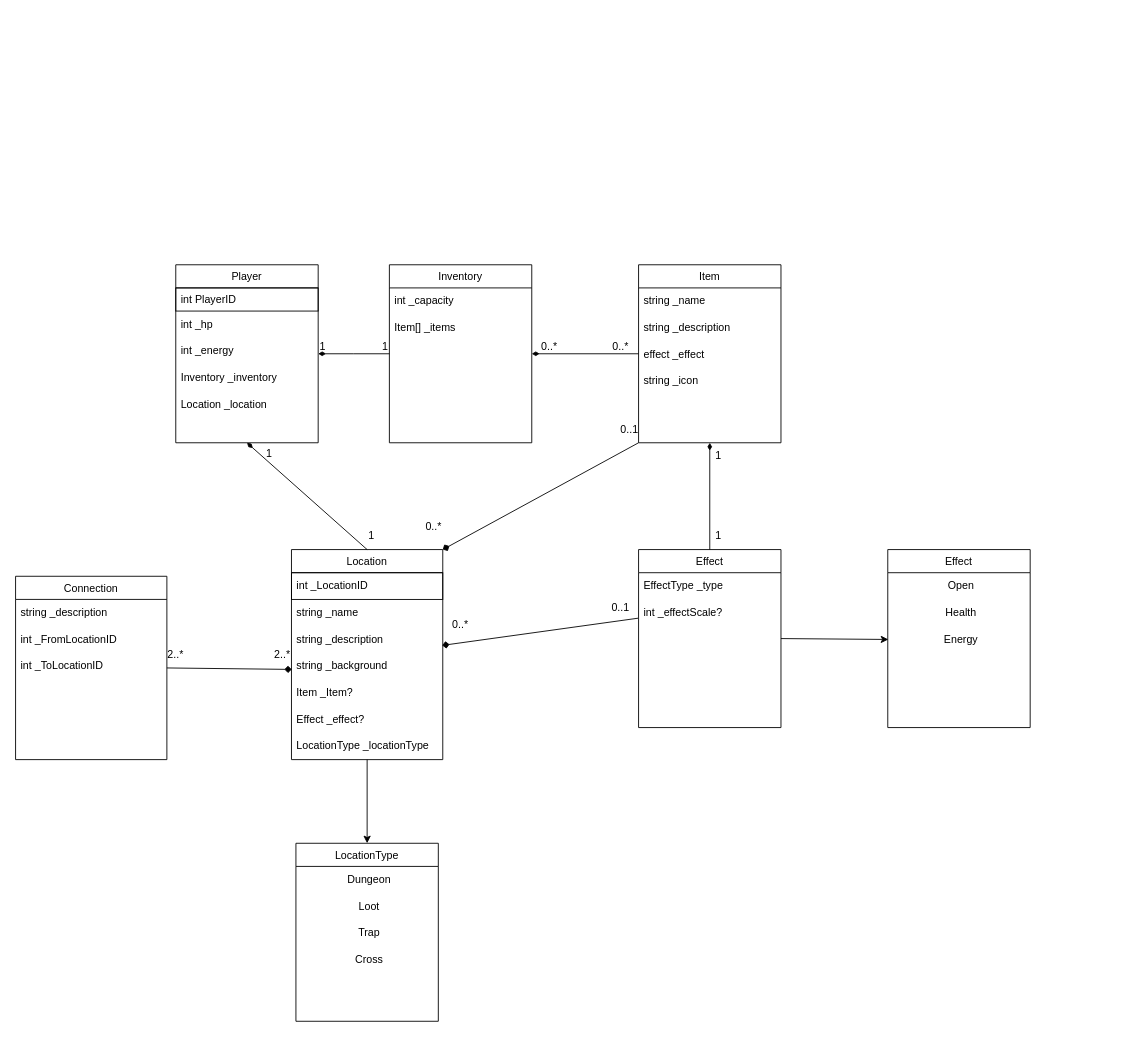
pslib-cz/2023-p3a-web-gamebook-kelbasa-matejka keeps this draw.io diagram as UML/GamebookModels.drawio. Above is the earlier version. Source tidied: cells renumbered, new cells numbered last; positions are measured from the earlier drawing's top-left corner, leaving out a move shared by most shapes. Both pictures are drawn from the tidied source at 89%, with x=0, y=0 at pixel (15, 264).
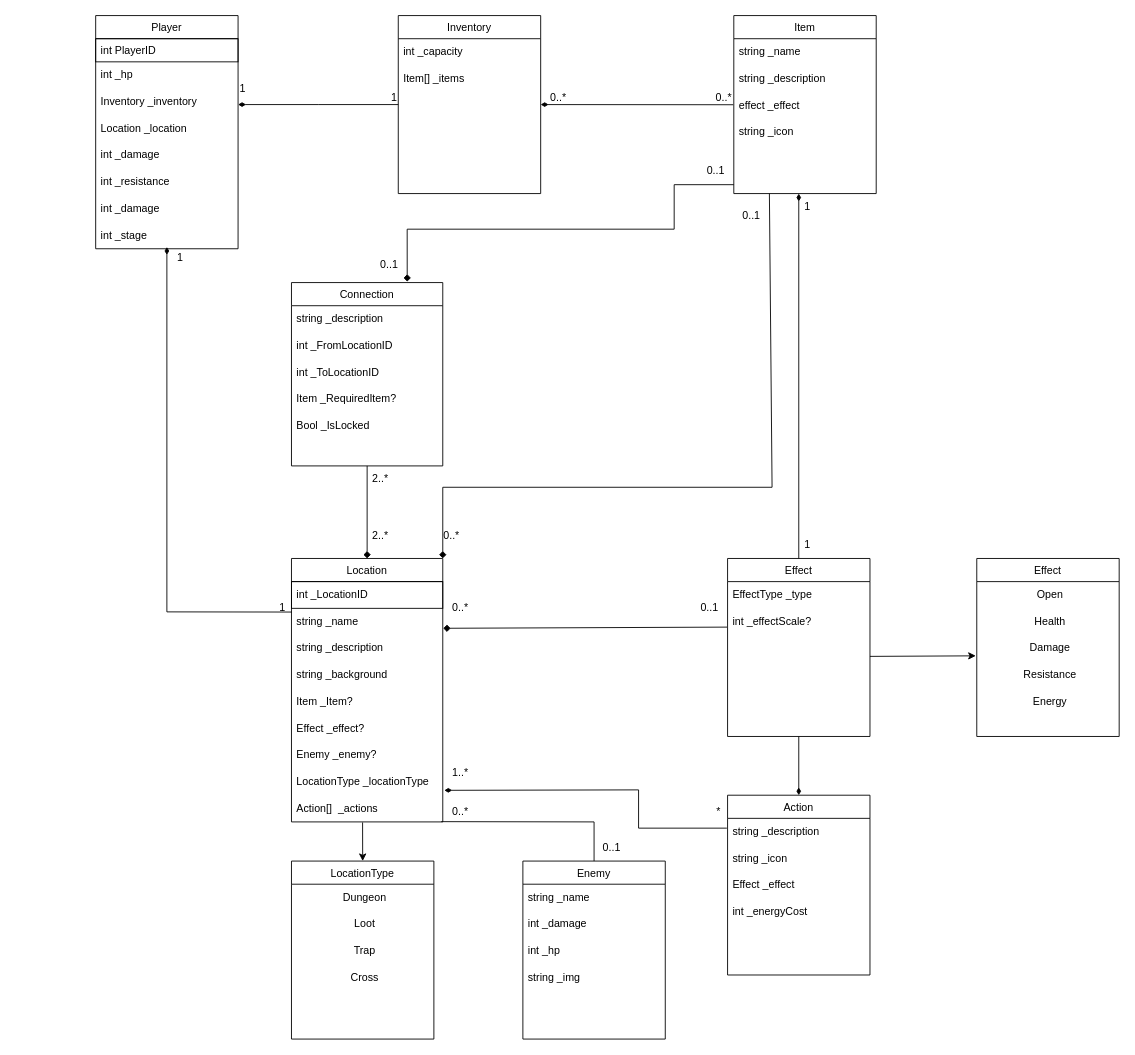
The same diagram, later.

Unchanged cells that the change refers to:
```xml
<mxCell id="11" style="endArrow=none;shadow=0;strokeWidth=1;rounded=0;endFill=0;edgeStyle=elbowEdgeStyle;elbow=vertical;startArrow=diamondThin;startFill=1;" parent="1" edge="1" source="2" target="8">
  <mxGeometry x="0.5" y="41" relative="1" as="geometry">
    <mxPoint x="-40" y="32" as="offset" />
  </mxGeometry>
</mxCell>
<mxCell id="17" value="effect _effect" style="text;html=1;align=left;verticalAlign=middle;points=[];strokeColor=none;fillColor=none;spacingLeft=4;" parent="14" vertex="1">
  <mxGeometry y="86" width="160" height="30" as="geometry" />
</mxCell>
<mxCell id="24" value="int _effectScale?" style="text;html=1;align=left;verticalAlign=middle;points=[];strokeColor=none;fillColor=none;spacingLeft=4;" parent="22" vertex="1">
  <mxGeometry y="56" width="160" height="30" as="geometry" />
</mxCell>
<mxCell id="35" value="string _name" style="text;html=1;align=left;verticalAlign=middle;points=[];strokeColor=none;fillColor=none;spacingLeft=4;" parent="33" vertex="1">
  <mxGeometry y="56" width="170" height="30" as="geometry" />
</mxCell>
<mxCell id="36" value="string _description" style="text;html=1;align=left;verticalAlign=middle;points=[];strokeColor=none;fillColor=none;spacingLeft=4;" parent="33" vertex="1">
  <mxGeometry y="86" width="170" height="30" as="geometry" />
</mxCell>
<mxCell id="37" value="string _background" style="text;html=1;align=left;verticalAlign=middle;points=[];strokeColor=none;fillColor=none;spacingLeft=4;" parent="33" vertex="1">
  <mxGeometry y="116" width="170" height="30" as="geometry" />
</mxCell>
```

Diff of the diagram source:
```diff
@@
     <mxCell id="2" value="Player" style="swimlane;fontStyle=0;align=center;verticalAlign=top;horizontal=1;startSize=26;rounded=0;shadow=0;strokeWidth=1;" parent="1" vertex="1">
-      <mxGeometry x="180" width="160" height="200" as="geometry" />
+      <mxGeometry x="90" y="-280" width="160" height="262" as="geometry" />
     </mxCell>
@@
-    <mxCell id="5" value="int _energy" style="text;html=1;align=left;verticalAlign=middle;strokeColor=none;fillColor=none;spacingLeft=4;" parent="2" vertex="1">
-      <mxGeometry y="82" width="160" height="30" as="geometry" />
-    </mxCell>
     <mxCell id="6" value="Inventory _inventory" style="text;html=1;align=left;verticalAlign=middle;strokeColor=none;fillColor=none;spacingLeft=4;" parent="2" vertex="1">
-      <mxGeometry y="112" width="160" height="30" as="geometry" />
+      <mxGeometry y="82" width="160" height="30" as="geometry" />
     </mxCell>
     <mxCell id="7" value="Location _location" style="text;html=1;align=left;verticalAlign=middle;strokeColor=none;fillColor=none;spacingLeft=4;" parent="2" vertex="1">
-      <mxGeometry y="142" width="160" height="30" as="geometry" />
+      <mxGeometry y="112" width="160" height="30" as="geometry" />
     </mxCell>
+    <mxCell id="63" value="int _damage" style="text;html=1;align=left;verticalAlign=middle;strokeColor=none;fillColor=none;spacingLeft=4;" parent="2" vertex="1">
+      <mxGeometry y="142" width="160" height="30" as="geometry" />
+    </mxCell>
+    <mxCell id="64" value="int _resistance" style="text;html=1;align=left;verticalAlign=middle;strokeColor=none;fillColor=none;spacingLeft=4;" parent="2" vertex="1">
+      <mxGeometry y="172" width="160" height="30" as="geometry" />
+    </mxCell>
+    <mxCell id="65" value="int _damage" style="text;html=1;align=left;verticalAlign=middle;strokeColor=none;fillColor=none;spacingLeft=4;" parent="2" vertex="1">
+      <mxGeometry y="202" width="160" height="30" as="geometry" />
+    </mxCell>
+    <mxCell id="66" value="int _stage" style="text;html=1;align=left;verticalAlign=middle;strokeColor=none;fillColor=none;spacingLeft=4;" parent="2" vertex="1">
+      <mxGeometry y="232" width="160" height="30" as="geometry" />
+    </mxCell>
     <mxCell id="8" value="Inventory" style="swimlane;fontStyle=0;align=center;verticalAlign=top;horizontal=1;startSize=26;rounded=0;shadow=0;strokeWidth=1;" parent="1" vertex="1">
-      <mxGeometry x="420" width="160" height="200" as="geometry" />
+      <mxGeometry x="430" y="-280" width="160" height="200" as="geometry" />
     </mxCell>
@@
     <mxCell id="12" value="1" style="align=left;verticalAlign=bottom;labelBackgroundColor=none;fontSize=12;" parent="11" vertex="1">
-      <mxGeometry x="-1" relative="1" as="geometry" />
+      <mxGeometry x="-1" relative="1" as="geometry">
+        <mxPoint y="-10" as="offset" />
+      </mxGeometry>
     </mxCell>
@@
     <mxCell id="14" value="Item" style="swimlane;fontStyle=0;align=center;verticalAlign=top;horizontal=1;startSize=26;rounded=0;shadow=0;strokeWidth=1;" parent="1" vertex="1">
-      <mxGeometry x="700" width="160" height="200" as="geometry" />
+      <mxGeometry x="807" y="-280" width="160" height="200" as="geometry" />
     </mxCell>
@@
-    <mxCell id="19" style="endArrow=none;html=1;rounded=0;exitX=1;exitY=0.5;exitDx=0;exitDy=0;startArrow=diamondThin;startFill=1;" parent="1" edge="1" source="8">
-      <mxGeometry relative="1" as="geometry">
-        <mxPoint x="700" y="100" as="targetPoint" />
-      </mxGeometry>
+    <mxCell id="19" style="endArrow=none;html=1;rounded=0;exitX=1;exitY=0.5;exitDx=0;exitDy=0;startArrow=diamondThin;startFill=1;entryX=-0.004;entryY=0.473;entryDx=0;entryDy=0;entryPerimeter=0;" parent="1" edge="1" source="8" target="17">
+      <mxGeometry relative="1" as="geometry" />
     </mxCell>
     <mxCell id="20" value="0..*" style="align=right;verticalAlign=bottom;labelBackgroundColor=none;fontSize=12;" parent="1" vertex="1">
-      <mxGeometry x="610" y="100" as="geometry" />
+      <mxGeometry x="620" y="-180" as="geometry" />
     </mxCell>
     <mxCell id="21" value="0..*" style="align=right;verticalAlign=bottom;labelBackgroundColor=none;fontSize=12;" parent="1" vertex="1">
-      <mxGeometry x="690" y="100" as="geometry" />
+      <mxGeometry x="807" y="-180" as="geometry">
+        <mxPoint x="-1" as="offset" />
+      </mxGeometry>
     </mxCell>
     <mxCell id="22" value="Effect" style="swimlane;fontStyle=0;align=center;verticalAlign=top;horizontal=1;startSize=26;rounded=0;shadow=0;strokeWidth=1;" parent="1" vertex="1">
-      <mxGeometry x="700" y="320" width="160" height="200" as="geometry" />
+      <mxGeometry x="800" y="330" width="160" height="200" as="geometry" />
     </mxCell>
@@
-    <mxCell id="25" style="endArrow=diamondThin;html=1;rounded=0;entryX=0.5;entryY=1;entryDx=0;entryDy=0;exitX=0.5;exitY=0;exitDx=0;exitDy=0;endFill=1;" parent="1" edge="1" source="22" target="14">
-      <mxGeometry relative="1" as="geometry" />
+    <mxCell id="25" style="endArrow=diamondThin;html=1;rounded=0;endFill=1;exitX=0.5;exitY=0;exitDx=0;exitDy=0;" parent="1" edge="1" source="22">
+      <mxGeometry relative="1" as="geometry">
+        <mxPoint x="880" y="-80" as="targetPoint" />
+      </mxGeometry>
     </mxCell>
     <mxCell id="26" value="1" style="text;html=1;strokeColor=none;fillColor=none;align=center;verticalAlign=middle;whiteSpace=wrap;rounded=0;" parent="1" vertex="1">
-      <mxGeometry x="780" y="200" width="20" height="30" as="geometry" />
+      <mxGeometry x="880" y="-80" width="20" height="30" as="geometry" />
     </mxCell>
     <mxCell id="27" value="1" style="text;html=1;strokeColor=none;fillColor=none;align=center;verticalAlign=middle;whiteSpace=wrap;rounded=0;" parent="1" vertex="1">
-      <mxGeometry x="780" y="290" width="20" height="30" as="geometry" />
+      <mxGeometry x="880" y="300" width="20" height="30" as="geometry" />
     </mxCell>
     <mxCell id="28" value="Effect" style="swimlane;fontStyle=0;align=center;verticalAlign=top;horizontal=1;startSize=26;rounded=0;shadow=0;strokeWidth=1;" parent="1" vertex="1">
-      <mxGeometry x="980" y="320" width="160" height="200" as="geometry" />
+      <mxGeometry x="1080" y="330" width="160" height="200" as="geometry" />
     </mxCell>
@@
-    <mxCell id="31" value="Energy" style="text;html=1;align=center;verticalAlign=middle;points=[];strokeColor=none;fillColor=none;spacingLeft=4;" parent="28" vertex="1">
+    <mxCell id="31" value="Damage" style="text;html=1;align=center;verticalAlign=middle;points=[];strokeColor=none;fillColor=none;spacingLeft=4;" parent="28" vertex="1">
       <mxGeometry y="86" width="160" height="30" as="geometry" />
     </mxCell>
+    <mxCell id="67" value="Resistance" style="text;html=1;align=center;verticalAlign=middle;strokeColor=none;fillColor=none;spacingLeft=4;" parent="28" vertex="1">
+      <mxGeometry y="116" width="160" height="30" as="geometry" />
+    </mxCell>
+    <mxCell id="68" value="Energy" style="text;html=1;align=center;verticalAlign=middle;strokeColor=none;fillColor=none;spacingLeft=4;" parent="28" vertex="1">
+      <mxGeometry y="146" width="160" height="30" as="geometry" />
+    </mxCell>
-    <mxCell id="32" style="endArrow=classic;html=1;rounded=0;entryX=0.004;entryY=0.5;entryDx=0;entryDy=0;entryPerimeter=0;exitX=1;exitY=0.5;exitDx=0;exitDy=0;" parent="1" edge="1" source="22" target="31">
-      <mxGeometry relative="1" as="geometry" />
+    <mxCell id="32" style="endArrow=classic;html=1;rounded=0;entryX=-0.007;entryY=0.78;entryDx=0;entryDy=0;entryPerimeter=0;" parent="1" edge="1" target="31">
+      <mxGeometry relative="1" as="geometry">
+        <mxPoint x="960" y="440" as="sourcePoint" />
+      </mxGeometry>
     </mxCell>
     <mxCell id="33" value="Location" style="swimlane;fontStyle=0;align=center;verticalAlign=top;horizontal=1;startSize=26;rounded=0;shadow=0;strokeWidth=1;" parent="1" vertex="1">
-      <mxGeometry x="310" y="320" width="170" height="236" as="geometry" />
+      <mxGeometry x="310" y="330" width="170" height="296" as="geometry" />
     </mxCell>
@@
+    <mxCell id="69" value="Enemy _enemy?" style="text;html=1;align=left;verticalAlign=middle;strokeColor=none;fillColor=none;spacingLeft=4;" parent="33" vertex="1">
+      <mxGeometry y="206" width="170" height="30" as="geometry" />
+    </mxCell>
     <mxCell id="40" value="LocationType _locationType" style="text;html=1;align=left;verticalAlign=middle;points=[];strokeColor=none;fillColor=none;spacingLeft=4;" parent="33" vertex="1">
-      <mxGeometry y="206" width="170" height="30" as="geometry" />
+      <mxGeometry y="236" width="170" height="30" as="geometry" />
     </mxCell>
+    <mxCell id="70" value="Action[]&amp;nbsp; _actions" style="text;html=1;align=left;verticalAlign=middle;points=[];strokeColor=none;fillColor=none;spacingLeft=4;" parent="33" vertex="1">
+      <mxGeometry y="266" width="170" height="30" as="geometry" />
+    </mxCell>
-    <mxCell id="41" style="endArrow=none;html=1;rounded=0;entryX=0;entryY=1;entryDx=0;entryDy=0;exitX=1;exitY=0;exitDx=0;exitDy=0;startArrow=diamond;startFill=1;" parent="1" edge="1" source="33" target="14">
-      <mxGeometry relative="1" as="geometry" />
+    <mxCell id="41" style="endArrow=none;html=1;rounded=0;entryX=0.25;entryY=1;entryDx=0;entryDy=0;exitX=1;exitY=0;exitDx=0;exitDy=0;startArrow=diamond;startFill=1;" parent="1" edge="1" source="33" target="14">
+      <mxGeometry relative="1" as="geometry">
+        <Array as="points">
+          <mxPoint x="480" y="250" />
+          <mxPoint x="850" y="250" />
+        </Array>
+      </mxGeometry>
     </mxCell>
-    <mxCell id="42" style="endArrow=none;html=1;rounded=0;exitX=0.996;exitY=0.723;exitDx=0;exitDy=0;entryX=-0.004;entryY=0.704;entryDx=0;entryDy=0;entryPerimeter=0;startArrow=diamond;startFill=1;exitPerimeter=0;" parent="1" edge="1" source="36" target="24">
+    <mxCell id="42" style="endArrow=none;html=1;rounded=0;exitX=1.003;exitY=0.748;exitDx=0;exitDy=0;entryX=-0.004;entryY=0.704;entryDx=0;entryDy=0;entryPerimeter=0;startArrow=diamond;startFill=1;exitPerimeter=0;" parent="1" edge="1" source="35" target="24">
       <mxGeometry relative="1" as="geometry" />
     </mxCell>
     <mxCell id="43" value="0..*" style="text;html=1;strokeColor=none;fillColor=none;align=center;verticalAlign=middle;whiteSpace=wrap;rounded=0;" parent="1" vertex="1">
-      <mxGeometry x="460" y="280" width="20" height="30" as="geometry" />
+      <mxGeometry x="480" y="290" width="20" height="30" as="geometry" />
     </mxCell>
     <mxCell id="44" value="0..1" style="text;html=1;strokeColor=none;fillColor=none;align=center;verticalAlign=middle;whiteSpace=wrap;rounded=0;" parent="1" vertex="1">
-      <mxGeometry x="680" y="170" width="20" height="30" as="geometry" />
+      <mxGeometry x="807" y="-70" width="40" height="30" as="geometry" />
     </mxCell>
     <mxCell id="45" value="0..*" style="text;html=1;strokeColor=none;fillColor=none;align=center;verticalAlign=middle;whiteSpace=wrap;rounded=0;" parent="1" vertex="1">
-      <mxGeometry x="490" y="390" width="20" height="30" as="geometry" />
+      <mxGeometry x="490" y="370" width="20" height="30" as="geometry" />
     </mxCell>
     <mxCell id="46" value="0..1" style="text;html=1;strokeColor=none;fillColor=none;align=center;verticalAlign=middle;whiteSpace=wrap;rounded=0;" parent="1" vertex="1">
-      <mxGeometry x="670" y="370" width="20" height="30" as="geometry" />
+      <mxGeometry x="770" y="370" width="20" height="30" as="geometry" />
     </mxCell>
     <mxCell id="47" value="LocationType" style="swimlane;fontStyle=0;align=center;verticalAlign=top;horizontal=1;startSize=26;rounded=0;shadow=0;strokeWidth=1;" parent="1" vertex="1">
-      <mxGeometry x="315" y="650" width="160" height="200" as="geometry" />
+      <mxGeometry x="310" y="670" width="160" height="200" as="geometry" />
     </mxCell>
@@
-    <mxCell id="52" style="endArrow=classic;html=1;rounded=0;entryX=0.5;entryY=0;entryDx=0;entryDy=0;" parent="1" edge="1" source="40" target="47">
+    <mxCell id="52" style="endArrow=classic;html=1;rounded=0;entryX=0.5;entryY=0;entryDx=0;entryDy=0;exitX=0.47;exitY=1.02;exitDx=0;exitDy=0;exitPerimeter=0;" parent="1" edge="1" source="70" target="47">
       <mxGeometry relative="1" as="geometry" />
     </mxCell>
-    <mxCell id="53" style="endArrow=diamondThin;html=1;rounded=0;entryX=0.5;entryY=1;entryDx=0;entryDy=0;exitX=0.5;exitY=0;exitDx=0;exitDy=0;startArrow=none;startFill=0;endFill=1;" parent="1" edge="1" source="33" target="2">
-      <mxGeometry relative="1" as="geometry" />
+    <mxCell id="53" style="endArrow=diamondThin;html=1;rounded=0;exitX=1.021;exitY=1.072;exitDx=0;exitDy=0;startArrow=none;startFill=0;endFill=1;exitPerimeter=0;" parent="1" edge="1">
+      <mxGeometry relative="1" as="geometry">
+        <mxPoint x="310.4" y="390.2" as="sourcePoint" />
+        <mxPoint x="170" y="-20" as="targetPoint" />
+        <Array as="points">
+          <mxPoint x="170" y="390" />
+        </Array>
+      </mxGeometry>
     </mxCell>
-    <mxCell id="54" value="1" style="align=left;verticalAlign=bottom;labelBackgroundColor=none;fontSize=12;" parent="1" vertex="1">
-      <mxGeometry x="280" y="220" as="geometry" />
-    </mxCell>
     <mxCell id="55" value="1" style="text;html=1;strokeColor=none;fillColor=none;align=center;verticalAlign=middle;whiteSpace=wrap;rounded=0;" parent="1" vertex="1">
-      <mxGeometry x="390" y="290" width="20" height="30" as="geometry" />
+      <mxGeometry x="290" y="370" width="20" height="30" as="geometry" />
     </mxCell>
     <mxCell id="56" value="Connection" style="swimlane;fontStyle=0;align=center;verticalAlign=top;horizontal=1;startSize=26;rounded=0;shadow=0;strokeWidth=1;" parent="1" vertex="1">
-      <mxGeometry y="350" width="170" height="206" as="geometry" />
+      <mxGeometry x="310" y="20" width="170" height="206" as="geometry" />
     </mxCell>
@@
+    <mxCell id="71" value="Item _RequiredItem?" style="text;html=1;align=left;verticalAlign=middle;strokeColor=none;fillColor=none;spacingLeft=4;" parent="56" vertex="1">
+      <mxGeometry y="116" width="170" height="30" as="geometry" />
+    </mxCell>
+    <mxCell id="72" value="Bool _IsLocked" style="text;html=1;align=left;verticalAlign=middle;strokeColor=none;fillColor=none;spacingLeft=4;" parent="56" vertex="1">
+      <mxGeometry y="146" width="170" height="30" as="geometry" />
+    </mxCell>
-    <mxCell id="60" style="endArrow=diamond;html=1;rounded=0;exitX=1;exitY=0.5;exitDx=0;exitDy=0;entryX=0.002;entryY=0.622;entryDx=0;entryDy=0;entryPerimeter=0;endFill=1;" parent="1" edge="1" source="56" target="37">
+    <mxCell id="60" style="endArrow=diamond;html=1;rounded=0;exitX=0.5;exitY=1;exitDx=0;exitDy=0;entryX=0.5;entryY=0;entryDx=0;entryDy=0;endFill=1;" parent="1" edge="1" source="56" target="33">
       <mxGeometry relative="1" as="geometry" />
     </mxCell>
     <mxCell id="61" value="2..*" style="text;html=1;strokeColor=none;fillColor=none;align=center;verticalAlign=middle;whiteSpace=wrap;rounded=0;" parent="1" vertex="1">
-      <mxGeometry x="290" y="423" width="20" height="30" as="geometry" />
+      <mxGeometry x="400" y="290" width="20" height="30" as="geometry" />
     </mxCell>
     <mxCell id="62" value="2..*" style="text;html=1;strokeColor=none;fillColor=none;align=center;verticalAlign=middle;whiteSpace=wrap;rounded=0;" parent="1" vertex="1">
-      <mxGeometry x="170" y="423" width="20" height="30" as="geometry" />
+      <mxGeometry x="400" y="226" width="20" height="30" as="geometry" />
     </mxCell>
+    <mxCell id="73" value="Enemy" style="swimlane;fontStyle=0;align=center;verticalAlign=top;horizontal=1;startSize=26;rounded=0;shadow=0;strokeWidth=1;" parent="1" vertex="1">
+      <mxGeometry x="570" y="670" width="160" height="200" as="geometry" />
+    </mxCell>
+    <mxCell id="74" value="string _name" style="text;html=1;align=left;verticalAlign=middle;strokeColor=none;fillColor=none;spacingLeft=4;" parent="73" vertex="1">
+      <mxGeometry y="26" width="160" height="30" as="geometry" />
+    </mxCell>
+    <mxCell id="75" value="int _damage" style="text;html=1;align=left;verticalAlign=middle;strokeColor=none;fillColor=none;spacingLeft=4;" parent="73" vertex="1">
+      <mxGeometry y="56" width="160" height="30" as="geometry" />
+    </mxCell>
+    <mxCell id="76" value="int _hp" style="text;html=1;align=left;verticalAlign=middle;strokeColor=none;fillColor=none;spacingLeft=4;" parent="73" vertex="1">
+      <mxGeometry y="86" width="160" height="30" as="geometry" />
+    </mxCell>
+    <mxCell id="77" value="string _img" style="text;html=1;align=left;verticalAlign=middle;strokeColor=none;fillColor=none;spacingLeft=4;" parent="73" vertex="1">
+      <mxGeometry y="116" width="160" height="30" as="geometry" />
+    </mxCell>
+    <mxCell id="78" style="endArrow=none;html=1;rounded=0;entryX=0.5;entryY=0;entryDx=0;entryDy=0;exitX=0.99;exitY=0.99;exitDx=0;exitDy=0;exitPerimeter=0;" parent="1" edge="1" source="70" target="73">
+      <mxGeometry relative="1" as="geometry">
+        <Array as="points">
+          <mxPoint x="650" y="626" />
+        </Array>
+      </mxGeometry>
+    </mxCell>
+    <mxCell id="79" value="1..*" style="text;html=1;strokeColor=none;fillColor=none;align=center;verticalAlign=middle;whiteSpace=wrap;rounded=0;" parent="1" vertex="1">
+      <mxGeometry x="490" y="556" width="20" height="30" as="geometry" />
+    </mxCell>
+    <mxCell id="80" value="0..1" style="text;html=1;strokeColor=none;fillColor=none;align=center;verticalAlign=middle;whiteSpace=wrap;rounded=0;" parent="1" vertex="1">
+      <mxGeometry x="660" y="640" width="20" height="30" as="geometry" />
+    </mxCell>
+    <mxCell id="81" style="endArrow=none;html=1;rounded=0;exitX=0.765;exitY=-0.005;exitDx=0;exitDy=0;startArrow=diamond;startFill=1;entryX=1;entryY=1;entryDx=0;entryDy=0;exitPerimeter=0;" parent="1" edge="1" source="56" target="92">
+      <mxGeometry relative="1" as="geometry">
+        <Array as="points">
+          <mxPoint x="440" y="-40" />
+          <mxPoint x="740" y="-40" />
+          <mxPoint x="740" y="-90" />
+        </Array>
+      </mxGeometry>
+    </mxCell>
+    <mxCell id="82" value="0..1" style="text;html=1;strokeColor=none;fillColor=none;align=center;verticalAlign=middle;whiteSpace=wrap;rounded=0;" parent="1" vertex="1">
+      <mxGeometry x="410" y="-15" width="20" height="30" as="geometry" />
+    </mxCell>
+    <mxCell id="83" value="Action" style="swimlane;fontStyle=0;align=center;verticalAlign=top;horizontal=1;startSize=26;rounded=0;shadow=0;strokeWidth=1;" parent="1" vertex="1">
+      <mxGeometry x="800" y="596" width="160" height="202" as="geometry" />
+    </mxCell>
+    <mxCell id="84" value="string _description" style="text;html=1;align=left;verticalAlign=middle;points=[];strokeColor=none;fillColor=none;spacingLeft=4;" parent="83" vertex="1">
+      <mxGeometry y="26" width="160" height="30" as="geometry" />
+    </mxCell>
+    <mxCell id="85" value="string _icon" style="text;html=1;align=left;verticalAlign=middle;strokeColor=none;fillColor=none;spacingLeft=4;" parent="83" vertex="1">
+      <mxGeometry y="56" width="160" height="30" as="geometry" />
+    </mxCell>
+    <mxCell id="86" value="Effect _effect" style="text;html=1;align=left;verticalAlign=middle;strokeColor=none;fillColor=none;spacingLeft=4;" parent="83" vertex="1">
+      <mxGeometry y="86" width="160" height="30" as="geometry" />
+    </mxCell>
+    <mxCell id="87" value="int _energyCost" style="text;html=1;align=left;verticalAlign=middle;strokeColor=none;fillColor=none;spacingLeft=4;" parent="83" vertex="1">
+      <mxGeometry y="116" width="160" height="30" as="geometry" />
+    </mxCell>
+    <mxCell id="54" value="1" style="align=left;verticalAlign=bottom;labelBackgroundColor=none;fontSize=12;" parent="1" vertex="1">
+      <mxGeometry x="180" width="160" as="geometry" />
+    </mxCell>
+    <mxCell id="88" style="endArrow=none;html=1;rounded=0;exitX=0.5;exitY=0;exitDx=0;exitDy=0;entryX=0.5;entryY=1;entryDx=0;entryDy=0;endFill=0;startArrow=diamondThin;startFill=1;" parent="1" edge="1" source="83" target="22">
+      <mxGeometry relative="1" as="geometry" />
+    </mxCell>
+    <mxCell id="89" style="endArrow=none;html=1;rounded=0;exitX=1.01;exitY=0.817;exitDx=0;exitDy=0;entryX=-0.005;entryY=0.367;entryDx=0;entryDy=0;endFill=0;startArrow=diamondThin;startFill=1;exitPerimeter=0;entryPerimeter=0;" parent="1" edge="1" source="40" target="84">
+      <mxGeometry relative="1" as="geometry">
+        <Array as="points">
+          <mxPoint x="700" y="590" />
+          <mxPoint x="700" y="633" />
+        </Array>
+      </mxGeometry>
+    </mxCell>
+    <mxCell id="90" value="0..*" style="text;html=1;strokeColor=none;fillColor=none;align=center;verticalAlign=middle;whiteSpace=wrap;rounded=0;" parent="1" vertex="1">
+      <mxGeometry x="490" y="600" width="20" height="30" as="geometry" />
+    </mxCell>
+    <mxCell id="91" value="*" style="text;html=1;strokeColor=none;fillColor=none;align=center;verticalAlign=middle;whiteSpace=wrap;rounded=0;" parent="1" vertex="1">
+      <mxGeometry x="780" y="600" width="20" height="30" as="geometry" />
+    </mxCell>
+    <mxCell id="92" value="0..1" style="text;html=1;strokeColor=none;fillColor=none;align=center;verticalAlign=middle;whiteSpace=wrap;rounded=0;" parent="1" vertex="1">
+      <mxGeometry x="767" y="-120" width="40" height="30" as="geometry" />
+    </mxCell>
```
